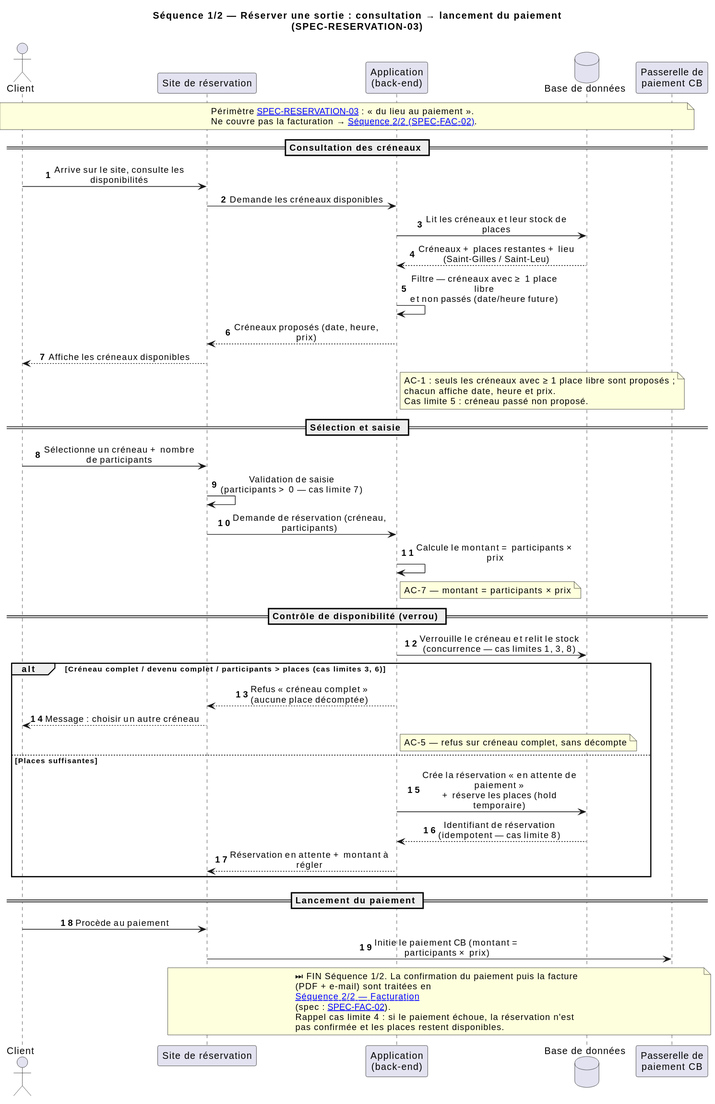
Earlier version of the PlantUML export concept/uml/sequences/reservation-1-consultation-a-paiement.svg (Pinguin211/Ti_Baleine).
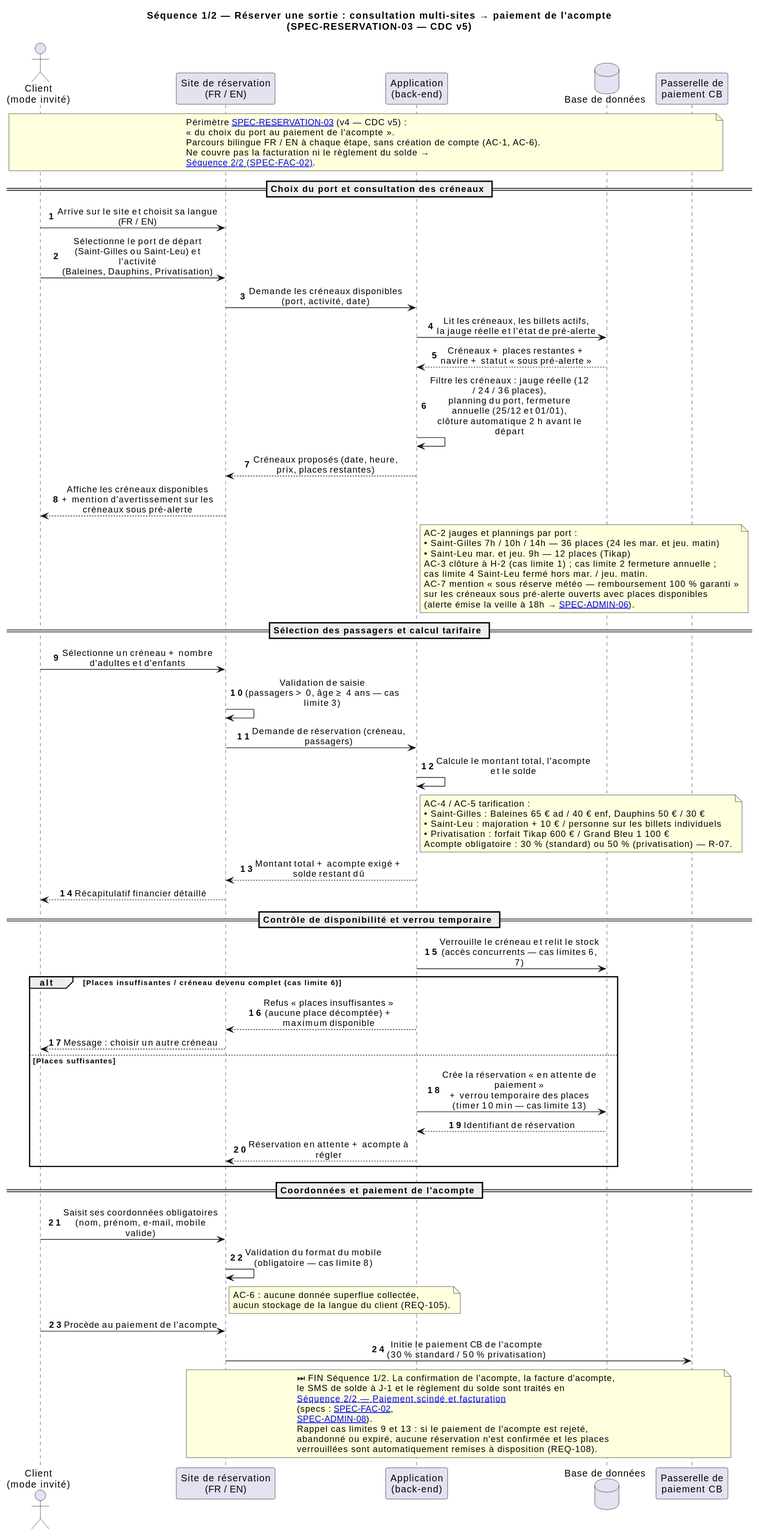
After the change.

Diff of the diagram source:
```diff
@@ -1,64 +1,88 @@
 @startuml
-title Séquence 1/2 — Réserver une sortie : consultation → lancement du paiement\n(SPEC-RESERVATION-03)
+title Séquence 1/2 — Réserver une sortie : consultation multi-sites → paiement de l'acompte\n(SPEC-RESERVATION-03 — CDC v5)
 
 skinparam sequenceMessageAlign center
 skinparam maxMessageSize 240
 autonumber
 
-actor "Client" as Client
-participant "Site de réservation" as Site
+actor "Client\n(mode invité)" as Client
+participant "Site de réservation\n(FR / EN)" as Site
 participant "Application\n(back-end)" as App
 database "Base de données" as BDD
 participant "Passerelle de\npaiement CB" as Paiement
 
 note over Client, Paiement
-  Périmètre [[../../../specs/reservation.md SPEC-RESERVATION-03]] : « du lieu au paiement ».
-  Ne couvre pas la facturation → [[reservation-2-facturation.svg Séquence 2/2 (SPEC-FAC-02)]].
+  Périmètre [[../../../specs/reservation.md SPEC-RESERVATION-03]] (v4 — CDC v5) :
+  « du choix du port au paiement de l'acompte ».
+  Parcours bilingue FR / EN à chaque étape, sans création de compte (AC-1, AC-6).
+  Ne couvre pas la facturation ni le règlement du solde →
+  [[reservation-2-facturation.svg Séquence 2/2 (SPEC-FAC-02)]].
 end note
 
-== Consultation des créneaux ==
-Client -> Site : Arrive sur le site, consulte les disponibilités
-Site -> App : Demande les créneaux disponibles
-App -> BDD : Lit les créneaux et leur stock de places
-BDD --> App : Créneaux + places restantes + lieu (Saint-Gilles / Saint-Leu)
-App -> App : Filtre — créneaux avec ≥ 1 place libre\net non passés (date/heure future)
-App --> Site : Créneaux proposés (date, heure, prix)
-Site --> Client : Affiche les créneaux disponibles
+== Choix du port et consultation des créneaux ==
+Client -> Site : Arrive sur le site et choisit sa langue (FR / EN)
+Client -> Site : Sélectionne le port de départ\n(Saint-Gilles ou Saint-Leu) et l'activité\n(Baleines, Dauphins, Privatisation)
+Site -> App : Demande les créneaux disponibles (port, activité, date)
+App -> BDD : Lit les créneaux, les billets actifs,\nla jauge réelle et l'état de pré-alerte
+BDD --> App : Créneaux + places restantes + navire + statut « sous pré-alerte »
+App -> App : Filtre les créneaux : jauge réelle (12 / 24 / 36 places),\nplanning du port, fermeture annuelle (25/12 et 01/01),\nclôture automatique 2 h avant le départ
+App --> Site : Créneaux proposés (date, heure, prix, places restantes)
+Site --> Client : Affiche les créneaux disponibles\n+ mention d'avertissement sur les créneaux sous pré-alerte
 note right of App
-  AC-1 : seuls les créneaux avec ≥ 1 place libre sont proposés ;
-  chacun affiche date, heure et prix.
-  Cas limite 5 : créneau passé non proposé.
+  AC-2 jauges et plannings par port :
+  • Saint-Gilles 7h / 10h / 14h — 36 places (24 les mar. et jeu. matin)
+  • Saint-Leu mar. et jeu. 9h — 12 places (Tikap)
+  AC-3 clôture à H-2 (cas limite 1) ; cas limite 2 fermeture annuelle ;
+  cas limite 4 Saint-Leu fermé hors mar. / jeu. matin.
+  AC-7 mention « sous réserve météo — remboursement 100 % garanti »
+  sur les créneaux sous pré-alerte ouverts avec places disponibles
+  (alerte émise la veille à 18h → [[../../../specs/admin.md SPEC-ADMIN-06]]).
 end note
 
-== Sélection et saisie ==
-Client -> Site : Sélectionne un créneau + nombre de participants
-Site -> Site : Validation de saisie\n(participants > 0 — cas limite 7)
-Site -> App : Demande de réservation (créneau, participants)
-App -> App : Calcule le montant = participants × prix
-note right of App : AC-7 — montant = participants × prix
+== Sélection des passagers et calcul tarifaire ==
+Client -> Site : Sélectionne un créneau + nombre d'adultes et d'enfants
+Site -> Site : Validation de saisie\n(passagers > 0, âge ≥ 4 ans — cas limite 3)
+Site -> App : Demande de réservation (créneau, passagers)
+App -> App : Calcule le montant total, l'acompte et le solde
+note right of App
+  AC-4 / AC-5 tarification :
+  • Saint-Gilles : Baleines 65 € ad / 40 € enf, Dauphins 50 € / 30 €
+  • Saint-Leu : majoration + 10 € / personne sur les billets individuels
+  • Privatisation : forfait Tikap 600 € / Grand Bleu 1 100 €
+  Acompte obligatoire : 30 % (standard) ou 50 % (privatisation) — R-07.
+end note
+App --> Site : Montant total + acompte exigé + solde restant dû
+Site --> Client : Récapitulatif financier détaillé
 
-== Contrôle de disponibilité (verrou) ==
-App -> BDD : Verrouille le créneau et relit le stock\n(concurrence — cas limites 1, 3, 8)
-alt Créneau complet / devenu complet / participants > places (cas limites 3, 6)
-    App --> Site : Refus « créneau complet »\n(aucune place décomptée)
+== Contrôle de disponibilité et verrou temporaire ==
+App -> BDD : Verrouille le créneau et relit le stock\n(accès concurrents — cas limites 6, 7)
+alt Places insuffisantes / créneau devenu complet (cas limite 6)
+    App --> Site : Refus « places insuffisantes »\n(aucune place décomptée) + maximum disponible
     Site --> Client : Message : choisir un autre créneau
-    note right of App : AC-5 — refus sur créneau complet, sans décompte
 else Places suffisantes
-    App -> BDD : Crée la réservation « en attente de paiement »\n+ réserve les places (hold temporaire)
-    BDD --> App : Identifiant de réservation (idempotent — cas limite 8)
-    App --> Site : Réservation en attente + montant à régler
+    App -> BDD : Crée la réservation « en attente de paiement »\n+ verrou temporaire des places (timer 10 min — cas limite 13)
+    BDD --> App : Identifiant de réservation
+    App --> Site : Réservation en attente + acompte à régler
 end
 
-== Lancement du paiement ==
-Client -> Site : Procède au paiement
-Site -> Paiement : Initie le paiement CB (montant = participants × prix)
+== Coordonnées et paiement de l'acompte ==
+Client -> Site : Saisit ses coordonnées obligatoires\n(nom, prénom, e-mail, mobile valide)
+Site -> Site : Validation du format du mobile\n(obligatoire — cas limite 8)
+note right of Site
+  AC-6 : aucune donnée superflue collectée,
+  aucun stockage de la langue du client (REQ-105).
+end note
+Client -> Site : Procède au paiement de l'acompte
+Site -> Paiement : Initie le paiement CB de l'acompte\n(30 % standard / 50 % privatisation)
 
 note over Site, Paiement #FEFFDD
-  ⏭ FIN Séquence 1/2. La confirmation du paiement puis la facture
-  (PDF + e-mail) sont traitées en
-  [[reservation-2-facturation.svg Séquence 2/2 — Facturation]]
-  (spec : [[../../../specs/facturation.md SPEC-FAC-02]]).
-  Rappel cas limite 4 : si le paiement échoue, la réservation n'est
-  pas confirmée et les places restent disponibles.
+  ⏭ FIN Séquence 1/2. La confirmation de l'acompte, la facture d'acompte,
+  le SMS de solde à J-1 et le règlement du solde sont traités en
+  [[reservation-2-facturation.svg Séquence 2/2 — Paiement scindé et facturation]]
+  (specs : [[../../../specs/facturation.md SPEC-FAC-02]],
+  [[../../../specs/admin.md SPEC-ADMIN-08]]).
+  Rappel cas limites 9 et 13 : si le paiement de l'acompte est rejeté,
+  abandonné ou expiré, aucune réservation n'est confirmée et les places
+  verrouillées sont automatiquement remises à disposition (REQ-108).
 end note
 @enduml
```
